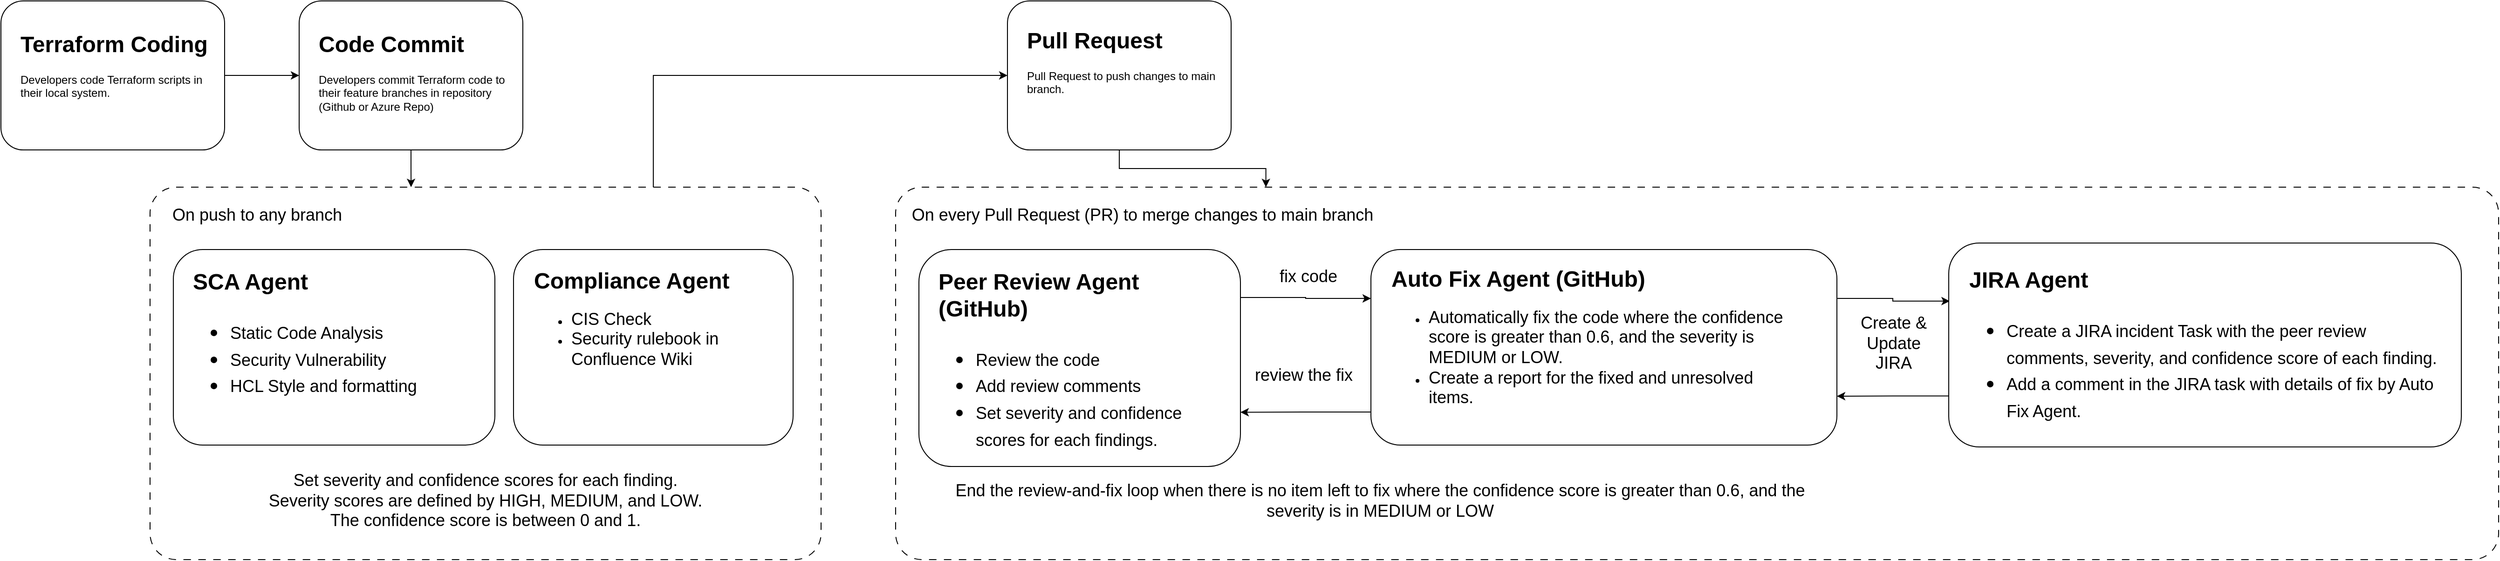
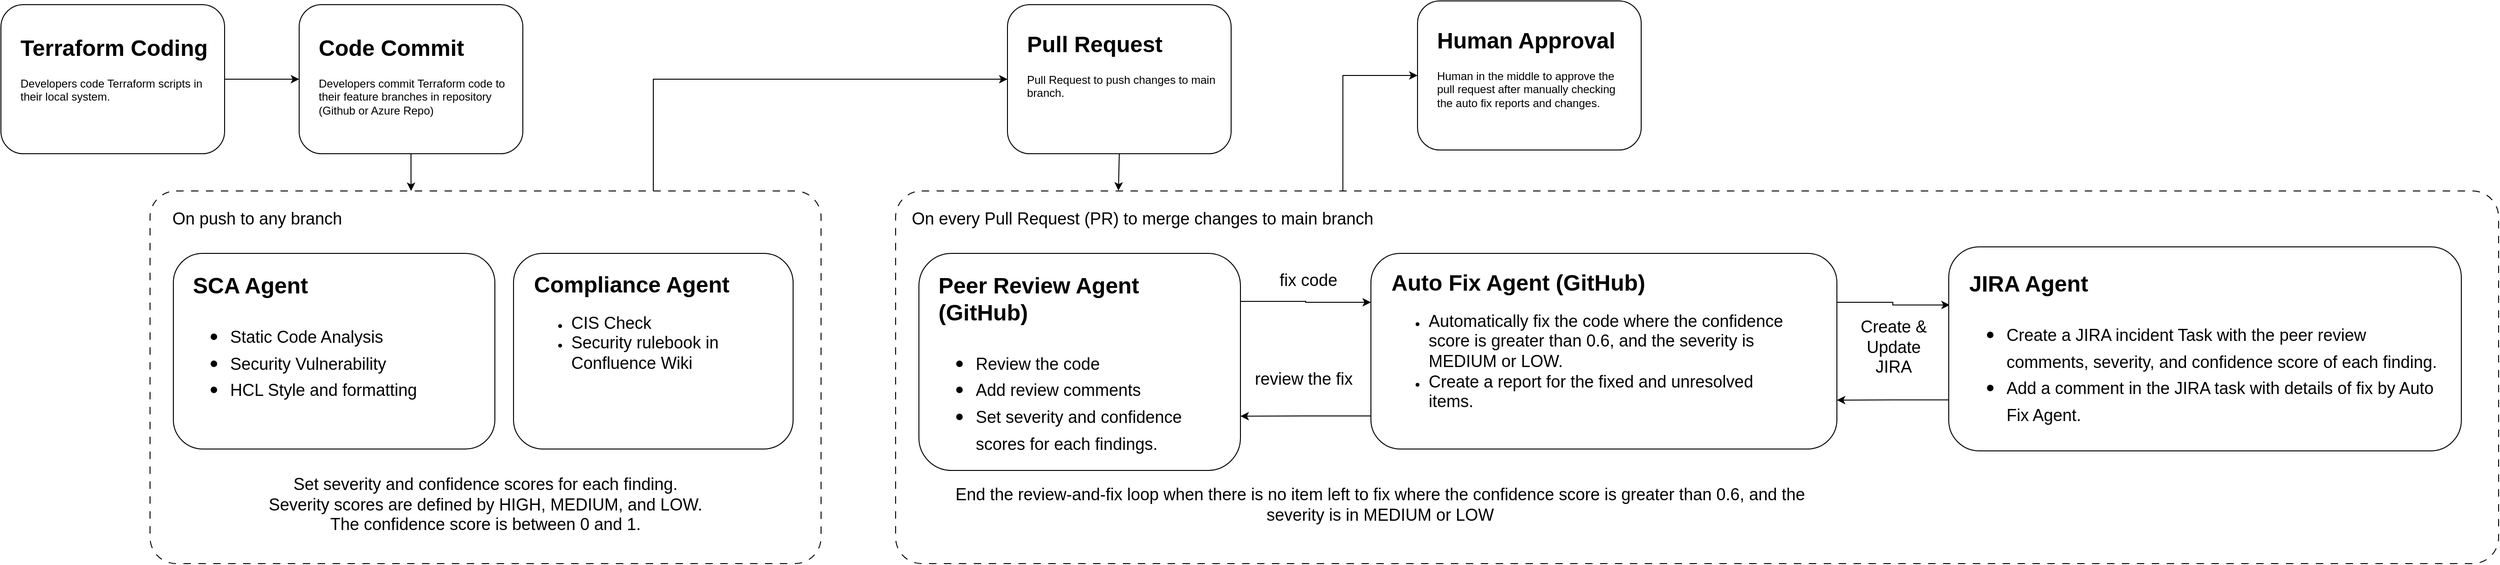
<mxfile host="app.diagrams.net">
  <diagram name="Page-1" id="llQ14HlxIDWXj9B5HY60">
    <mxGraphModel dx="1006" dy="638" grid="1" gridSize="10" guides="1" tooltips="1" connect="1" arrows="1" fold="1" page="1" pageScale="1" pageWidth="850" pageHeight="1100" math="0" shadow="0">
      <root>
        <mxCell id="0" />
        <mxCell id="1" parent="0" />
        <mxCell id="IWc9zJM8tDhvkjJ2dRjy-13" edge="1" parent="1" source="IWc9zJM8tDhvkjJ2dRjy-5" style="edgeStyle=orthogonalEdgeStyle;rounded=0;orthogonalLoop=1;jettySize=auto;html=1;entryX=0;entryY=0.5;entryDx=0;entryDy=0;exitX=0.75;exitY=0;exitDx=0;exitDy=0;" target="IWc9zJM8tDhvkjJ2dRjy-1">
          <mxGeometry relative="1" as="geometry" />
        </mxCell>
        <mxCell id="oJW8UGhNAXkty13G2p3x-1" parent="1" style="rounded=1;whiteSpace=wrap;html=1;" value="" vertex="1">
          <mxGeometry height="160" width="240" x="440" y="200" as="geometry" />
        </mxCell>
        <mxCell id="oJW8UGhNAXkty13G2p3x-3" parent="1" style="text;html=1;whiteSpace=wrap;overflow=hidden;rounded=0;" value="&lt;h1 style=&quot;margin-top: 0px;&quot;&gt;Code Commit&lt;/h1&gt;&lt;p&gt;Developers commit Terraform code to their feature branches in repository (Github or Azure Repo)&lt;/p&gt;" vertex="1">
          <mxGeometry height="100" width="210" x="459" y="226" as="geometry" />
+         </mxCell>
+         <mxCell id="IWc9zJM8tDhvkjJ2dRjy-35" edge="1" parent="1" source="IWc9zJM8tDhvkjJ2dRjy-14" style="edgeStyle=orthogonalEdgeStyle;rounded=0;orthogonalLoop=1;jettySize=auto;html=1;entryX=0;entryY=0.5;entryDx=0;entryDy=0;exitX=0.279;exitY=0.025;exitDx=0;exitDy=0;exitPerimeter=0;" target="IWc9zJM8tDhvkjJ2dRjy-33">
+           <mxGeometry relative="1" as="geometry">
+             <Array as="points">
+               <mxPoint x="1560" y="276" />
+             </Array>
+           </mxGeometry>
        </mxCell>
        <mxCell id="IWc9zJM8tDhvkjJ2dRjy-1" parent="1" style="rounded=1;whiteSpace=wrap;html=1;" value="" vertex="1">
          <mxGeometry height="160" width="240" x="1200" y="200" as="geometry" />
        </mxCell>
        <mxCell id="IWc9zJM8tDhvkjJ2dRjy-2" parent="1" style="text;html=1;whiteSpace=wrap;overflow=hidden;rounded=0;" value="&lt;h1 style=&quot;margin-top: 0px;&quot;&gt;Pull Request&lt;/h1&gt;&lt;p&gt;Pull Request to push changes to main branch.&lt;/p&gt;" vertex="1">
          <mxGeometry height="100" width="210" x="1219" y="222" as="geometry" />
        </mxCell>
        <mxCell id="IWc9zJM8tDhvkjJ2dRjy-12" edge="1" parent="1" source="IWc9zJM8tDhvkjJ2dRjy-3" style="edgeStyle=orthogonalEdgeStyle;rounded=0;orthogonalLoop=1;jettySize=auto;html=1;exitX=1;exitY=0.5;exitDx=0;exitDy=0;entryX=0;entryY=0.5;entryDx=0;entryDy=0;" target="oJW8UGhNAXkty13G2p3x-1">
          <mxGeometry relative="1" as="geometry" />
        </mxCell>
        <mxCell id="IWc9zJM8tDhvkjJ2dRjy-3" parent="1" style="rounded=1;whiteSpace=wrap;html=1;" value="" vertex="1">
          <mxGeometry height="160" width="240" x="120" y="200" as="geometry" />
        </mxCell>
        <mxCell id="IWc9zJM8tDhvkjJ2dRjy-4" parent="1" style="text;html=1;whiteSpace=wrap;overflow=hidden;rounded=0;" value="&lt;h1 style=&quot;margin-top: 0px;&quot;&gt;Terraform Coding&lt;/h1&gt;&lt;p&gt;Developers code Terraform scripts in their local system.&lt;/p&gt;" vertex="1">
          <mxGeometry height="100" width="210" x="139" y="226" as="geometry" />
        </mxCell>
        <mxCell id="IWc9zJM8tDhvkjJ2dRjy-5" parent="1" style="rounded=1;whiteSpace=wrap;html=1;arcSize=7;dashed=1;dashPattern=8 8;" value="" vertex="1">
          <mxGeometry height="400" width="720" x="280" y="400" as="geometry" />
        </mxCell>
        <mxCell id="IWc9zJM8tDhvkjJ2dRjy-6" parent="1" style="text;html=1;whiteSpace=wrap;strokeColor=none;fillColor=none;align=center;verticalAlign=middle;rounded=0;" value="&lt;font style=&quot;font-size: 18px;&quot;&gt;On push to any branch&lt;/font&gt;" vertex="1">
          <mxGeometry height="30" width="210" x="290" y="415" as="geometry" />
        </mxCell>
        <mxCell id="IWc9zJM8tDhvkjJ2dRjy-7" parent="1" style="rounded=1;whiteSpace=wrap;html=1;" value="" vertex="1">
          <mxGeometry height="210" width="345" x="305" y="467" as="geometry" />
        </mxCell>
        <mxCell id="IWc9zJM8tDhvkjJ2dRjy-8" parent="1" style="text;html=1;whiteSpace=wrap;overflow=hidden;rounded=0;" value="&lt;h1 style=&quot;margin-top: 0px;&quot;&gt;SCA Agent&lt;/h1&gt;&lt;h1 style=&quot;margin-top: 0px;&quot;&gt;&lt;p style=&quot;font-size: 12px; font-weight: 400;&quot;&gt;&lt;/p&gt;&lt;ul&gt;&lt;li&gt;&lt;span style=&quot;font-size: 18px; font-weight: normal;&quot;&gt;Static Code Analysis&lt;/span&gt;&lt;/li&gt;&lt;li&gt;&lt;span style=&quot;font-size: 18px; font-weight: normal;&quot;&gt;Security Vulnerability&lt;/span&gt;&lt;/li&gt;&lt;li&gt;&lt;span style=&quot;font-size: 18px; font-weight: normal;&quot;&gt;HCL Style and formatting&lt;/span&gt;&lt;/li&gt;&lt;/ul&gt;&lt;p&gt;&lt;/p&gt;&lt;/h1&gt;" vertex="1">
          <mxGeometry height="183" width="306" x="324" y="481" as="geometry" />
        </mxCell>
        <mxCell id="IWc9zJM8tDhvkjJ2dRjy-9" parent="1" style="rounded=1;whiteSpace=wrap;html=1;" value="" vertex="1">
          <mxGeometry height="210" width="300" x="670" y="467" as="geometry" />
        </mxCell>
        <mxCell id="IWc9zJM8tDhvkjJ2dRjy-10" parent="1" style="text;html=1;whiteSpace=wrap;overflow=hidden;rounded=0;" value="&lt;h1 style=&quot;margin-top: 0px;&quot;&gt;Compliance Agent&lt;/h1&gt;&lt;p&gt;&lt;/p&gt;&lt;ul&gt;&lt;li&gt;&lt;span style=&quot;font-size: 18px;&quot;&gt;CIS Check&lt;/span&gt;&lt;/li&gt;&lt;li&gt;&lt;span style=&quot;font-size: 18px;&quot;&gt;Security rulebook in Confluence Wiki&lt;/span&gt;&lt;/li&gt;&lt;/ul&gt;&lt;p&gt;&lt;/p&gt;" vertex="1">
          <mxGeometry height="180" width="269" x="690" y="480" as="geometry" />
        </mxCell>
        <mxCell id="IWc9zJM8tDhvkjJ2dRjy-11" edge="1" parent="1" source="oJW8UGhNAXkty13G2p3x-1" style="edgeStyle=orthogonalEdgeStyle;rounded=0;orthogonalLoop=1;jettySize=auto;html=1;exitX=0.5;exitY=1;exitDx=0;exitDy=0;entryX=0.389;entryY=0;entryDx=0;entryDy=0;entryPerimeter=0;" target="IWc9zJM8tDhvkjJ2dRjy-5">
          <mxGeometry relative="1" as="geometry" />
        </mxCell>
        <mxCell id="IWc9zJM8tDhvkjJ2dRjy-14" parent="1" style="rounded=1;whiteSpace=wrap;html=1;arcSize=7;dashed=1;dashPattern=8 8;" value="" vertex="1">
          <mxGeometry height="400" width="1720" x="1080" y="400" as="geometry" />
        </mxCell>
        <mxCell id="IWc9zJM8tDhvkjJ2dRjy-15" parent="1" style="text;html=1;whiteSpace=wrap;strokeColor=none;fillColor=none;align=center;verticalAlign=middle;rounded=0;" value="&lt;font style=&quot;font-size: 18px;&quot;&gt;On every Pull Request (PR) to merge changes to main branch&lt;/font&gt;" vertex="1">
          <mxGeometry height="30" width="510" x="1090" y="415" as="geometry" />
        </mxCell>
        <mxCell id="IWc9zJM8tDhvkjJ2dRjy-22" edge="1" parent="1" source="IWc9zJM8tDhvkjJ2dRjy-16" style="edgeStyle=orthogonalEdgeStyle;rounded=0;orthogonalLoop=1;jettySize=auto;html=1;exitX=1;exitY=0.221;exitDx=0;exitDy=0;entryX=0;entryY=0.25;entryDx=0;entryDy=0;exitPerimeter=0;" target="IWc9zJM8tDhvkjJ2dRjy-18">
          <mxGeometry relative="1" as="geometry" />
        </mxCell>
        <mxCell id="IWc9zJM8tDhvkjJ2dRjy-16" parent="1" style="rounded=1;whiteSpace=wrap;html=1;" value="" vertex="1">
          <mxGeometry height="233" width="345" x="1105" y="467" as="geometry" />
        </mxCell>
        <mxCell id="IWc9zJM8tDhvkjJ2dRjy-17" parent="1" style="text;html=1;whiteSpace=wrap;overflow=hidden;rounded=0;" value="&lt;h1 style=&quot;margin-top: 0px;&quot;&gt;Peer Review Agent (GitHub)&lt;/h1&gt;&lt;h1 style=&quot;margin-top: 0px;&quot;&gt;&lt;p style=&quot;font-size: 12px; font-weight: 400;&quot;&gt;&lt;/p&gt;&lt;ul&gt;&lt;li&gt;&lt;span style=&quot;font-size: 18px; font-weight: 400;&quot;&gt;Review the code&lt;/span&gt;&lt;/li&gt;&lt;li&gt;&lt;span style=&quot;font-size: 18px; font-weight: 400;&quot;&gt;Add review comments&lt;/span&gt;&lt;/li&gt;&lt;li&gt;&lt;span style=&quot;font-size: 18px; font-weight: 400;&quot;&gt;Set severity and confidence scores for each findings.&lt;/span&gt;&lt;/li&gt;&lt;/ul&gt;&lt;p&gt;&lt;/p&gt;&lt;/h1&gt;" vertex="1">
          <mxGeometry height="209" width="306" x="1124" y="481" as="geometry" />
        </mxCell>
        <mxCell id="IWc9zJM8tDhvkjJ2dRjy-23" edge="1" parent="1" source="IWc9zJM8tDhvkjJ2dRjy-18" style="edgeStyle=orthogonalEdgeStyle;rounded=0;orthogonalLoop=1;jettySize=auto;html=1;exitX=0;exitY=0.831;exitDx=0;exitDy=0;entryX=1;entryY=0.75;entryDx=0;entryDy=0;exitPerimeter=0;" target="IWc9zJM8tDhvkjJ2dRjy-16">
          <mxGeometry relative="1" as="geometry" />
        </mxCell>
        <mxCell id="IWc9zJM8tDhvkjJ2dRjy-31" edge="1" parent="1" source="IWc9zJM8tDhvkjJ2dRjy-18" style="edgeStyle=orthogonalEdgeStyle;rounded=0;orthogonalLoop=1;jettySize=auto;html=1;exitX=1;exitY=0.25;exitDx=0;exitDy=0;entryX=0.002;entryY=0.285;entryDx=0;entryDy=0;entryPerimeter=0;" target="IWc9zJM8tDhvkjJ2dRjy-27">
          <mxGeometry relative="1" as="geometry" />
        </mxCell>
        <mxCell id="IWc9zJM8tDhvkjJ2dRjy-18" parent="1" style="rounded=1;whiteSpace=wrap;html=1;" value="" vertex="1">
          <mxGeometry height="210" width="500" x="1590" y="467" as="geometry" />
        </mxCell>
        <mxCell id="IWc9zJM8tDhvkjJ2dRjy-19" parent="1" style="text;html=1;whiteSpace=wrap;overflow=hidden;rounded=0;" value="&lt;h1 style=&quot;margin-top: 0px;&quot;&gt;Auto Fix Agent (GitHub)&lt;/h1&gt;&lt;p&gt;&lt;/p&gt;&lt;ul&gt;&lt;li&gt;&lt;span style=&quot;font-size: 18px;&quot;&gt;Automatically fix the code where the confidence score is greater than 0.6, and the severity is MEDIUM or LOW.&amp;nbsp;&lt;/span&gt;&lt;/li&gt;&lt;li&gt;&lt;span style=&quot;font-size: 18px;&quot;&gt;Create a report for the fixed and unresolved items.&lt;/span&gt;&lt;/li&gt;&lt;/ul&gt;&lt;p&gt;&lt;/p&gt;" vertex="1">
          <mxGeometry height="192" width="440" x="1610" y="478" as="geometry" />
        </mxCell>
        <mxCell id="IWc9zJM8tDhvkjJ2dRjy-20" parent="1" style="text;whiteSpace=wrap;fontSize=18;align=center;" value="Set severity and confidence scores for each finding.&#xa;Severity scores are defined by HIGH, MEDIUM, and LOW.&#xa;The confidence score is between 0 and 1." vertex="1">
          <mxGeometry height="77" width="640" x="320" y="698" as="geometry" />
        </mxCell>
-         <mxCell id="IWc9zJM8tDhvkjJ2dRjy-21" edge="1" parent="1" source="IWc9zJM8tDhvkjJ2dRjy-1" style="edgeStyle=orthogonalEdgeStyle;rounded=0;orthogonalLoop=1;jettySize=auto;html=1;exitX=0.5;exitY=1;exitDx=0;exitDy=0;entryX=0.231;entryY=0;entryDx=0;entryDy=0;entryPerimeter=0;" target="IWc9zJM8tDhvkjJ2dRjy-14">
+         <mxCell id="IWc9zJM8tDhvkjJ2dRjy-21" edge="1" parent="1" source="IWc9zJM8tDhvkjJ2dRjy-1" style="edgeStyle=orthogonalEdgeStyle;rounded=0;orthogonalLoop=1;jettySize=auto;html=1;exitX=0.5;exitY=1;exitDx=0;exitDy=0;entryX=0.139;entryY=-0.001;entryDx=0;entryDy=0;entryPerimeter=0;" target="IWc9zJM8tDhvkjJ2dRjy-14">
          <mxGeometry relative="1" as="geometry" />
        </mxCell>
        <mxCell id="IWc9zJM8tDhvkjJ2dRjy-24" parent="1" style="text;html=1;whiteSpace=wrap;strokeColor=none;fillColor=none;align=center;verticalAlign=middle;rounded=0;" value="&lt;font style=&quot;font-size: 18px;&quot;&gt;fix code&lt;/font&gt;" vertex="1">
          <mxGeometry height="30" width="82" x="1482" y="481" as="geometry" />
        </mxCell>
        <mxCell id="IWc9zJM8tDhvkjJ2dRjy-25" parent="1" style="text;html=1;whiteSpace=wrap;strokeColor=none;fillColor=none;align=center;verticalAlign=middle;rounded=0;" value="&lt;font style=&quot;font-size: 18px;&quot;&gt;review the fix&lt;/font&gt;" vertex="1">
          <mxGeometry height="30" width="120" x="1458" y="587" as="geometry" />
        </mxCell>
        <mxCell id="IWc9zJM8tDhvkjJ2dRjy-26" parent="1" style="text;html=1;whiteSpace=wrap;strokeColor=none;fillColor=none;align=center;verticalAlign=middle;rounded=0;" value="&lt;font style=&quot;font-size: 18px;&quot;&gt;End the review-and-fix loop when there is no item left to fix where the confidence score is greater than 0.6, and the severity is in MEDIUM or LOW&lt;/font&gt;" vertex="1">
          <mxGeometry height="50" width="980" x="1110" y="711.5" as="geometry" />
        </mxCell>
        <mxCell id="IWc9zJM8tDhvkjJ2dRjy-30" edge="1" parent="1" source="IWc9zJM8tDhvkjJ2dRjy-27" style="edgeStyle=orthogonalEdgeStyle;rounded=0;orthogonalLoop=1;jettySize=auto;html=1;exitX=0;exitY=0.75;exitDx=0;exitDy=0;entryX=1;entryY=0.75;entryDx=0;entryDy=0;" target="IWc9zJM8tDhvkjJ2dRjy-18">
          <mxGeometry relative="1" as="geometry" />
        </mxCell>
        <mxCell id="IWc9zJM8tDhvkjJ2dRjy-27" parent="1" style="rounded=1;whiteSpace=wrap;html=1;" value="" vertex="1">
          <mxGeometry height="219" width="550" x="2210" y="460" as="geometry" />
        </mxCell>
        <mxCell id="IWc9zJM8tDhvkjJ2dRjy-28" parent="1" style="text;html=1;whiteSpace=wrap;overflow=hidden;rounded=0;" value="&lt;h1 style=&quot;margin-top: 0px;&quot;&gt;JIRA Agent&lt;/h1&gt;&lt;h1 style=&quot;margin-top: 0px;&quot;&gt;&lt;p style=&quot;font-size: 12px; font-weight: 400;&quot;&gt;&lt;/p&gt;&lt;ul&gt;&lt;li&gt;&lt;span style=&quot;font-size: 18px; font-weight: 400;&quot;&gt;Create a JIRA incident Task with the peer review comments, severity, and confidence score of each finding.&lt;/span&gt;&lt;/li&gt;&lt;li&gt;&lt;span style=&quot;font-size: 18px; font-weight: 400;&quot;&gt;Add a comment in the JIRA task with details of fix by Auto Fix Agent.&lt;/span&gt;&lt;/li&gt;&lt;/ul&gt;&lt;p&gt;&lt;/p&gt;&lt;/h1&gt;" vertex="1">
          <mxGeometry height="191" width="510" x="2230" y="479" as="geometry" />
        </mxCell>
        <mxCell id="IWc9zJM8tDhvkjJ2dRjy-32" parent="1" style="text;html=1;whiteSpace=wrap;strokeColor=none;fillColor=none;align=center;verticalAlign=middle;rounded=0;" value="&lt;font style=&quot;font-size: 18px;&quot;&gt;Create &amp;amp; Update JIRA&lt;/font&gt;" vertex="1">
          <mxGeometry height="57.5" width="102" x="2100" y="539" as="geometry" />
        </mxCell>
+         <mxCell id="IWc9zJM8tDhvkjJ2dRjy-33" parent="1" style="rounded=1;whiteSpace=wrap;html=1;" value="" vertex="1">
+           <mxGeometry height="160" width="240" x="1640" y="196" as="geometry" />
+         </mxCell>
+         <mxCell id="IWc9zJM8tDhvkjJ2dRjy-34" parent="1" style="text;html=1;whiteSpace=wrap;overflow=hidden;rounded=0;" value="&lt;h1 style=&quot;margin-top: 0px;&quot;&gt;Human Approval&lt;/h1&gt;&lt;p&gt;Human in the middle to approve the pull request after manually checking the auto fix reports and changes.&amp;nbsp;&lt;/p&gt;" vertex="1">
+           <mxGeometry height="100" width="210" x="1659" y="218" as="geometry" />
+         </mxCell>
      </root>
    </mxGraphModel>
  </diagram>
</mxfile>
